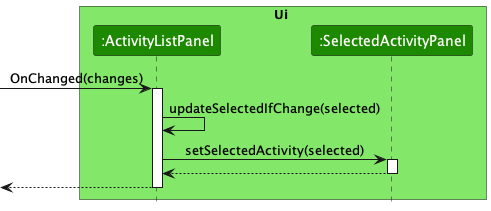
Earlier version of the PlantUML export docs/images/SelectedActivityChangesSequenceDiagram.png (nus-cs2103-AY2223S1/tp).
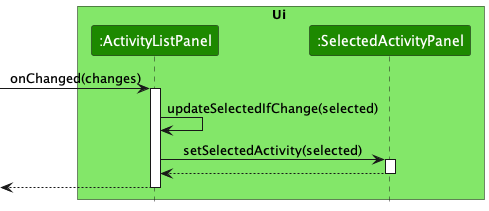
Later version of the same file.

Change to the diagram source:
```diff
@@ -6,7 +6,7 @@
 participant ":SelectedActivityPanel" as SelectedActivityPanel UI_COLOR
 end box
 
-[-> ActivityListPanel : OnChanged(changes)
+[-> ActivityListPanel : onChanged(changes)
 activate ActivityListPanel
 ActivityListPanel -> ActivityListPanel : updateSelectedIfChange(selected)
 ActivityListPanel -> SelectedActivityPanel : setSelectedActivity(selected)
```
